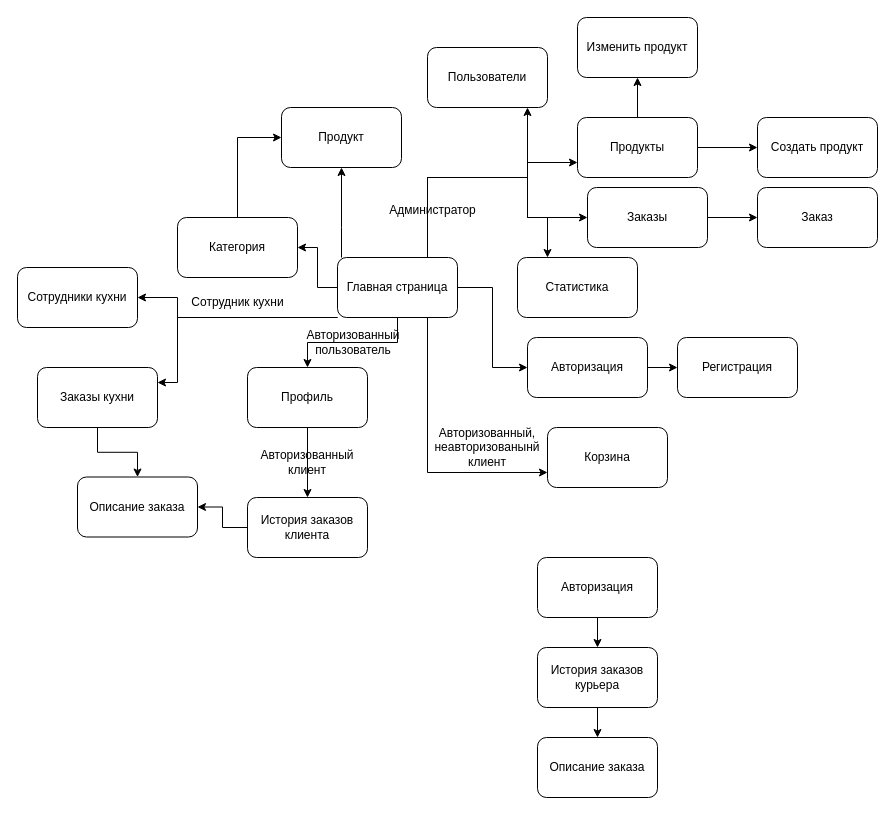
VladimirNone/DeliveryServices keeps this draw.io diagram as Пояснительная записка/Диаграммы/Карта_навигации_между_страницами.drawio. Above is the earlier version. Source tidied: cells renumbered, new cells numbered last; positions are measured from the earlier drawing's top-left corner, leaving out a move shared by most shapes. Both pictures are drawn from the tidied source at 100%, with x=0, y=0 at pixel (17, 17).
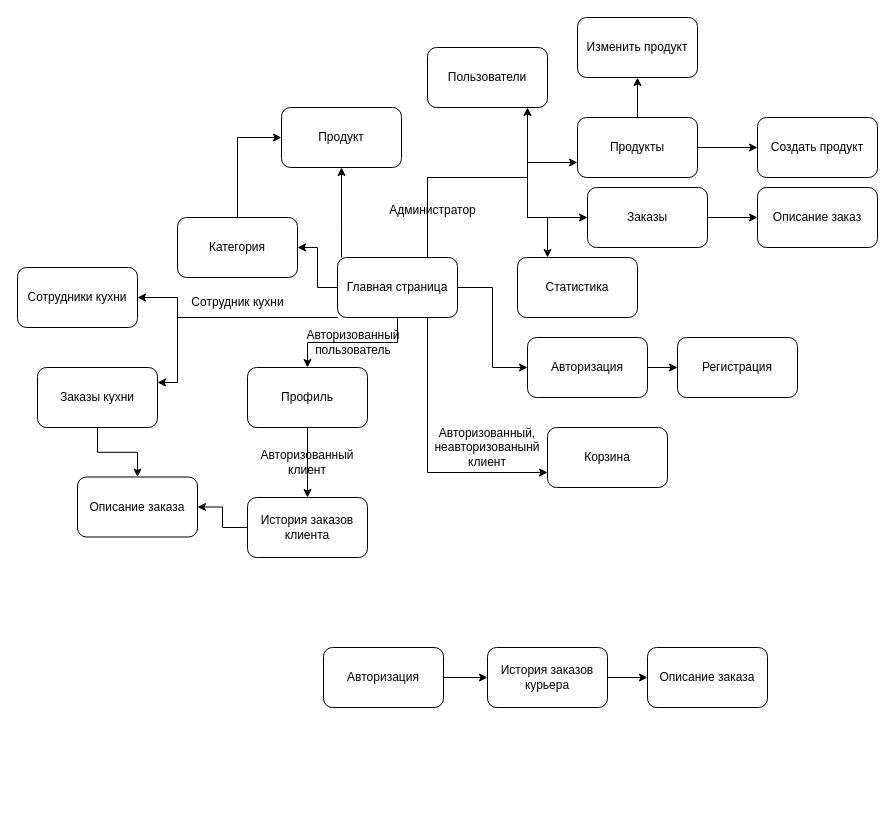
The same page after the edit.

Change to the diagram source:
```diff
@@
-    <mxCell id="38" value="Заказ" style="rounded=1;whiteSpace=wrap;html=1;" parent="1" vertex="1">
+    <mxCell id="38" value="Описание заказ" style="rounded=1;whiteSpace=wrap;html=1;" parent="1" vertex="1">
       <mxGeometry x="740" y="170" width="120" height="60" as="geometry" />
     </mxCell>
@@
     <mxCell id="44" value="Авторизация" style="rounded=1;whiteSpace=wrap;html=1;" parent="1" vertex="1">
-      <mxGeometry x="520" y="540" width="120" height="60" as="geometry" />
+      <mxGeometry x="306" y="630" width="120" height="60" as="geometry" />
     </mxCell>
@@
     <mxCell id="46" value="История заказов курьера" style="rounded=1;whiteSpace=wrap;html=1;" parent="1" vertex="1">
-      <mxGeometry x="520" y="630" width="120" height="60" as="geometry" />
+      <mxGeometry x="470" y="630" width="120" height="60" as="geometry" />
     </mxCell>
     <mxCell id="47" value="Описание заказа" style="rounded=1;whiteSpace=wrap;html=1;" parent="1" vertex="1">
-      <mxGeometry x="520" y="720" width="120" height="60" as="geometry" />
+      <mxGeometry x="630" y="630" width="120" height="60" as="geometry" />
     </mxCell>
```
